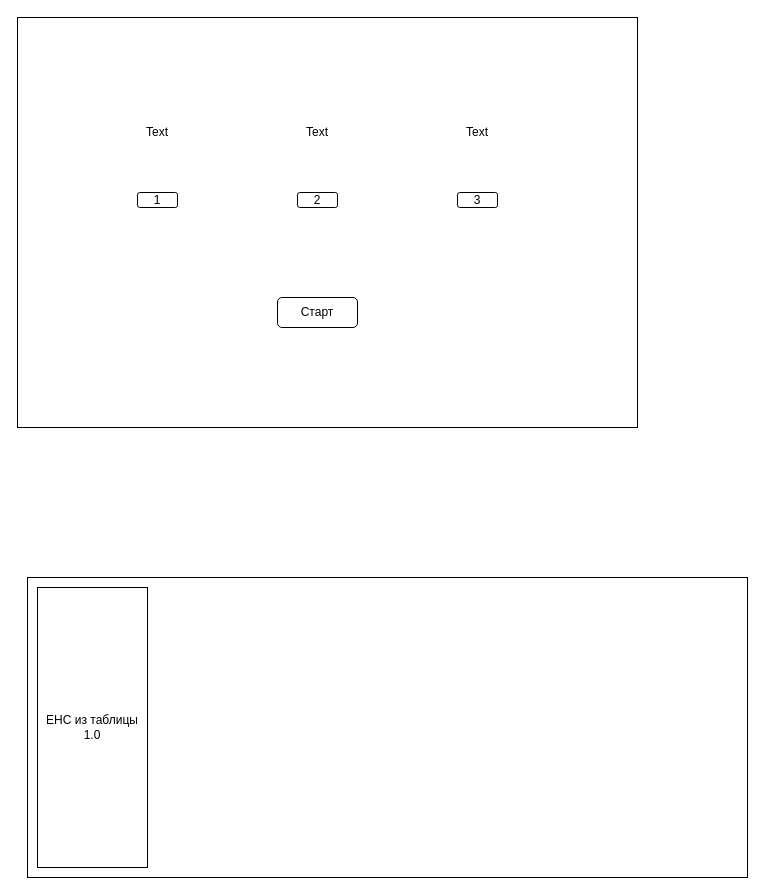
Before: BPMN-test.drawio in Grigosty/diagrammsForStudy, a draw.io diagram. Source tidied: cells renumbered, new cells numbered last; positions are measured from the earlier drawing's top-left corner, leaving out a move shared by most shapes. Both pictures are drawn from the tidied source at 100%, with x=0, y=0 at pixel (17, 17).
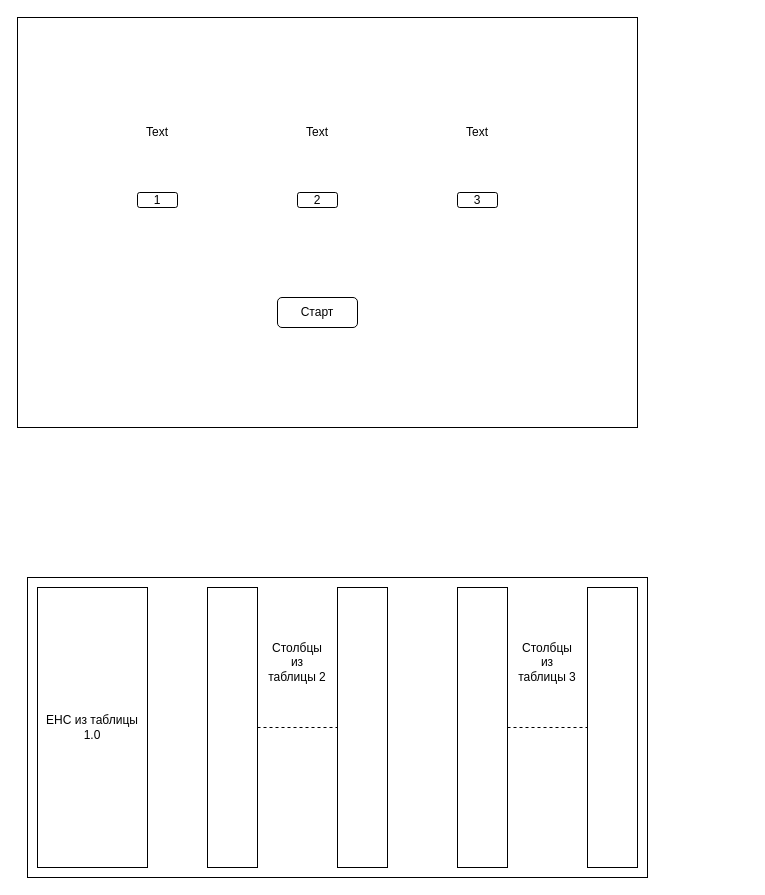
After the change.

The edit, as a diff of the source:
```diff
@@
 <mxGraphModel>
   <root>
     <mxCell id="0" />
     <mxCell id="1" parent="0" />
     <mxCell id="2" style="rounded=0;whiteSpace=wrap;html=1;" parent="1" vertex="1">
       <mxGeometry width="620" height="410" as="geometry" />
     </mxCell>
     <mxCell id="3" value="Text" style="text;html=1;align=center;verticalAlign=middle;whiteSpace=wrap;rounded=0;" parent="1" vertex="1">
       <mxGeometry x="110" y="100" width="60" height="30" as="geometry" />
     </mxCell>
     <mxCell id="4" value="Text" style="text;html=1;align=center;verticalAlign=middle;whiteSpace=wrap;rounded=0;" parent="1" vertex="1">
       <mxGeometry x="270" y="100" width="60" height="30" as="geometry" />
     </mxCell>
     <mxCell id="5" value="Text" style="text;html=1;align=center;verticalAlign=middle;whiteSpace=wrap;rounded=0;" parent="1" vertex="1">
       <mxGeometry x="430" y="100" width="60" height="30" as="geometry" />
     </mxCell>
     <mxCell id="6" value="1" style="rounded=1;whiteSpace=wrap;html=1;" parent="1" vertex="1">
       <mxGeometry x="120" y="175" width="40" height="15" as="geometry" />
     </mxCell>
     <mxCell id="7" value="2" style="rounded=1;whiteSpace=wrap;html=1;" parent="1" vertex="1">
       <mxGeometry x="280" y="175" width="40" height="15" as="geometry" />
     </mxCell>
     <mxCell id="8" value="3" style="rounded=1;whiteSpace=wrap;html=1;" parent="1" vertex="1">
       <mxGeometry x="440" y="175" width="40" height="15" as="geometry" />
     </mxCell>
     <mxCell id="9" value="Старт" style="rounded=1;whiteSpace=wrap;html=1;" parent="1" vertex="1">
       <mxGeometry x="260" y="280" width="80" height="30" as="geometry" />
     </mxCell>
     <mxCell id="10" style="rounded=0;whiteSpace=wrap;html=1;" parent="1" vertex="1">
-      <mxGeometry x="10" y="560" width="720" height="300" as="geometry" />
+      <mxGeometry x="10" y="560" width="620" height="300" as="geometry" />
     </mxCell>
     <mxCell id="11" value="ЕНС из таблицы 1.0" style="rounded=0;whiteSpace=wrap;html=1;" parent="1" vertex="1">
       <mxGeometry x="20" y="570" width="110" height="280" as="geometry" />
     </mxCell>
+    <mxCell id="12" style="rounded=0;whiteSpace=wrap;html=1;" parent="1" vertex="1">
+      <mxGeometry x="190" y="570" width="50" height="280" as="geometry" />
+    </mxCell>
+    <mxCell id="13" style="endArrow=none;dashed=1;html=1;rounded=0;exitX=1;exitY=0.5;exitDx=0;exitDy=0;entryX=0;entryY=0.5;entryDx=0;entryDy=0;" parent="1" edge="1" source="12" target="14">
+      <mxGeometry relative="1" as="geometry" />
+    </mxCell>
+    <mxCell id="14" style="rounded=0;whiteSpace=wrap;html=1;" parent="1" vertex="1">
+      <mxGeometry x="320" y="570" width="50" height="280" as="geometry" />
+    </mxCell>
+    <mxCell id="15" value="Столбцы из таблицы 2" style="text;html=1;align=center;verticalAlign=middle;whiteSpace=wrap;rounded=0;" parent="1" vertex="1">
+      <mxGeometry x="250" y="630" width="60" height="30" as="geometry" />
+    </mxCell>
+    <mxCell id="16" style="rounded=0;whiteSpace=wrap;html=1;" parent="1" vertex="1">
+      <mxGeometry x="440" y="570" width="50" height="280" as="geometry" />
+    </mxCell>
+    <mxCell id="17" style="endArrow=none;dashed=1;html=1;rounded=0;exitX=1;exitY=0.5;exitDx=0;exitDy=0;entryX=0;entryY=0.5;entryDx=0;entryDy=0;" parent="1" edge="1" source="16" target="18">
+      <mxGeometry relative="1" as="geometry" />
+    </mxCell>
+    <mxCell id="18" style="rounded=0;whiteSpace=wrap;html=1;" parent="1" vertex="1">
+      <mxGeometry x="570" y="570" width="50" height="280" as="geometry" />
+    </mxCell>
+    <mxCell id="19" value="Столбцы из таблицы 3" style="text;html=1;align=center;verticalAlign=middle;whiteSpace=wrap;rounded=0;" parent="1" vertex="1">
+      <mxGeometry x="500" y="630" width="60" height="30" as="geometry" />
+    </mxCell>
   </root>
 </mxGraphModel>
```
